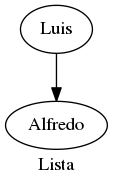
The Graphviz diagram Grafos/lista.dot.png in loconluis/Practica2s12017_201114279, before a commit. Its source is kept beside it as Grafos/lista.dot. Its diagram source:
```dot
digraph { label = "Lista"

	Luis->Alfredo
}
```
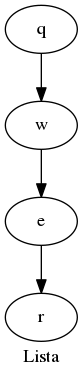
The same file after the commit.

What changed in the source:
```diff
@@ -1,4 +1,6 @@
 digraph { label = "Lista"
 
-	Luis->Alfredo
+	q->w
+	w->e
+	e->r
 }
```
